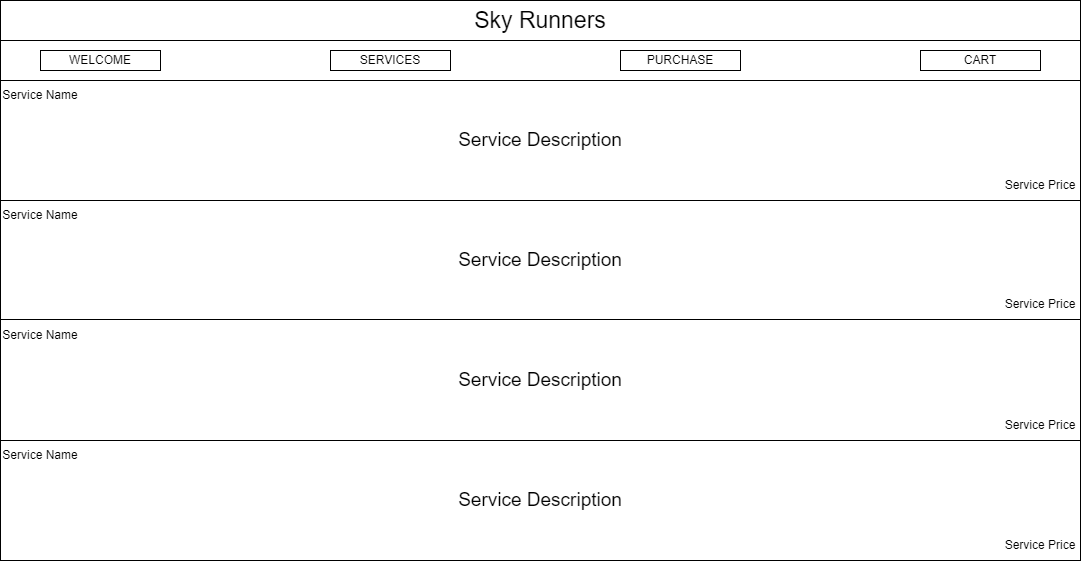
Earlier version of the draw.io export Plans/Wire Frames/ServicePage.drawio.png (Jace-295/WebDev-S2-SkyRunners). Source tidied: cells renumbered, new cells last; positions are measured from the earlier drawing's top-left corner, leaving out a move shared by most shapes.
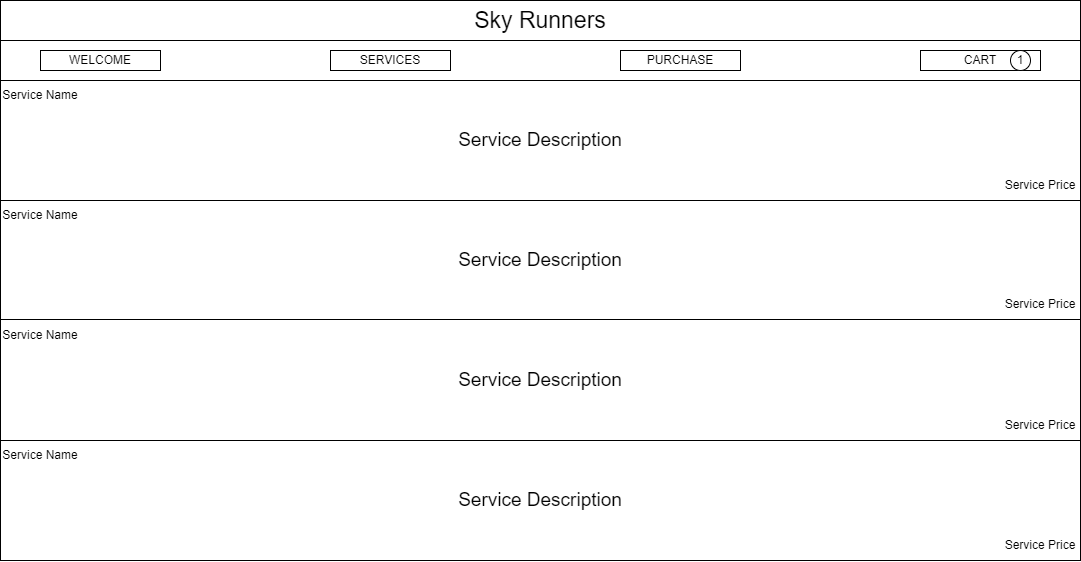
The same file after the commit.

Commit message:
SkyRunners /  ServicePage.drawio.png / refinement

Diff of the diagram source:
```diff
@@ -59,5 +59,8 @@
     <mxCell id="20" value="Service Price" style="text;html=1;strokeColor=none;fillColor=none;align=center;verticalAlign=middle;whiteSpace=wrap;rounded=0;" parent="1" vertex="1">
       <mxGeometry x="1000" y="530" width="80" height="30" as="geometry" />
     </mxCell>
+    <mxCell id="21" value="1" style="ellipse;whiteSpace=wrap;html=1;" parent="1" vertex="1">
+      <mxGeometry x="1010" y="50" width="20" height="20" as="geometry" />
+    </mxCell>
   </root>
 </mxGraphModel>
```
